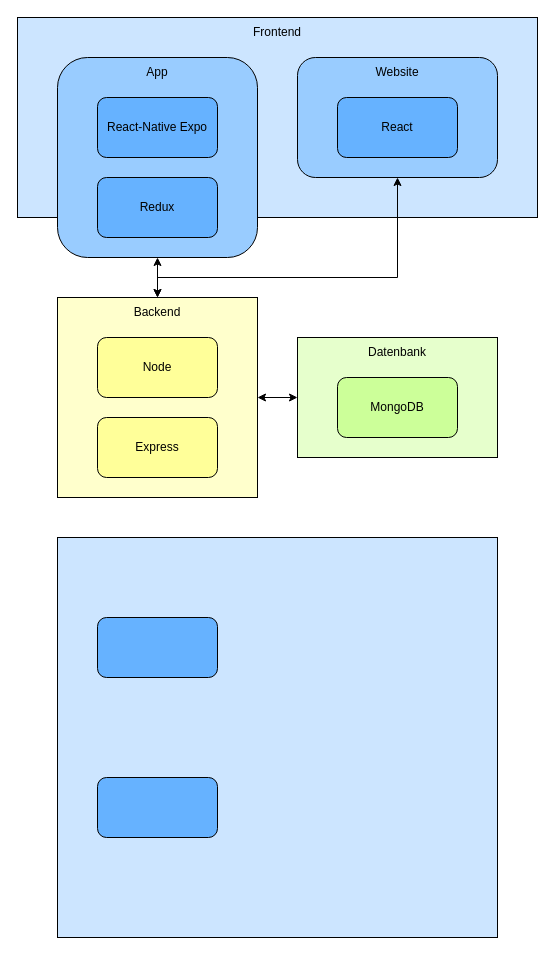
The draw.io diagram resources/softwarearchitektur.drawio in SimonFurtm/hiketours, before the edit. Source tidied: cells renumbered, new cells numbered last; positions are measured from the earlier drawing's top-left corner, leaving out a move shared by most shapes. Both pictures are drawn from the tidied source at 100%, with x=0, y=0 at pixel (17, 17).
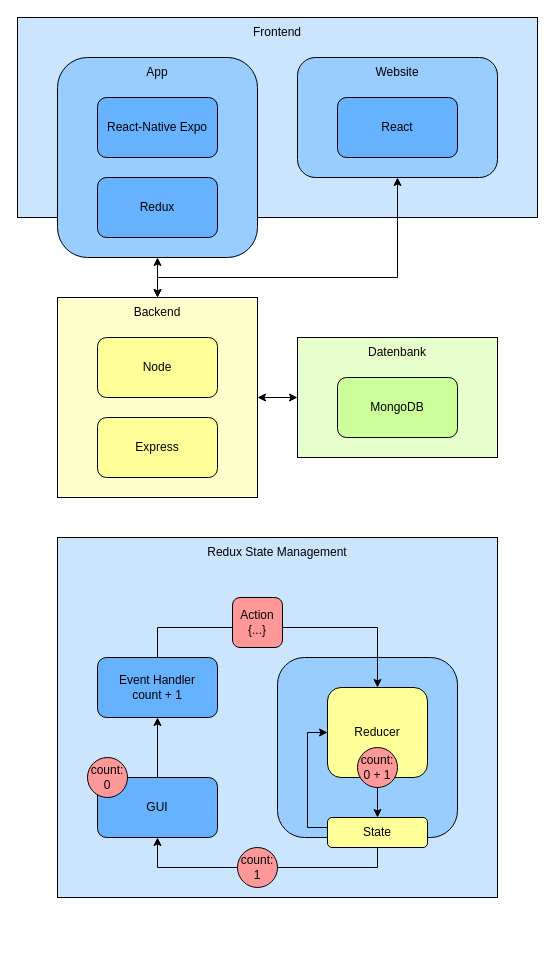
Above is the later version.

Change to the diagram source:
```diff
@@
     <mxCell id="21" style="rounded=0;whiteSpace=wrap;html=1;fillColor=#CCE5FF;" parent="1" vertex="1">
-      <mxGeometry x="40" y="520" width="440" height="400" as="geometry" />
+      <mxGeometry x="40" y="520" width="440" height="360" as="geometry" />
     </mxCell>
-    <mxCell id="22" style="rounded=1;whiteSpace=wrap;html=1;strokeColor=#000000;fillColor=#66B2FF;" parent="1" vertex="1">
-      <mxGeometry x="80" y="600" width="120" height="60" as="geometry" />
+    <mxCell id="22" value="Event Handler&lt;br&gt;count + 1" style="rounded=1;whiteSpace=wrap;html=1;strokeColor=#000000;fillColor=#66B2FF;" parent="1" vertex="1">
+      <mxGeometry x="80" y="640" width="120" height="60" as="geometry" />
     </mxCell>
+    <mxCell id="24" style="edgeStyle=orthogonalEdgeStyle;rounded=0;jettySize=auto;html=1;" parent="1" edge="1" source="23" target="22">
+      <mxGeometry relative="1" as="geometry" />
+    </mxCell>
-    <mxCell id="23" style="rounded=1;whiteSpace=wrap;html=1;strokeColor=#000000;fillColor=#66B2FF;" parent="1" vertex="1">
+    <mxCell id="23" value="GUI" style="rounded=1;whiteSpace=wrap;html=1;strokeColor=#000000;fillColor=#66B2FF;" parent="1" vertex="1">
       <mxGeometry x="80" y="760" width="120" height="60" as="geometry" />
     </mxCell>
+    <mxCell id="25" value="Redux State Management" style="text;html=1;strokeColor=none;fillColor=none;align=center;verticalAlign=middle;whiteSpace=wrap;rounded=0;" parent="1" vertex="1">
+      <mxGeometry x="175" y="520" width="170" height="30" as="geometry" />
+    </mxCell>
+    <mxCell id="26" style="rounded=1;whiteSpace=wrap;html=1;strokeColor=#000000;fillColor=#99CCFF;" parent="1" vertex="1">
+      <mxGeometry x="260" y="640" width="180" height="180" as="geometry" />
+    </mxCell>
+    <mxCell id="27" style="edgeStyle=orthogonalEdgeStyle;rounded=0;jettySize=auto;html=1;entryX=0;entryY=0.5;entryDx=0;entryDy=0;" parent="1" edge="1" source="29" target="30">
+      <mxGeometry relative="1" as="geometry">
+        <Array as="points">
+          <mxPoint x="290" y="810" />
+          <mxPoint x="290" y="715" />
+        </Array>
+      </mxGeometry>
+    </mxCell>
+    <mxCell id="28" style="edgeStyle=orthogonalEdgeStyle;rounded=0;jettySize=auto;html=1;entryX=0.5;entryY=1;entryDx=0;entryDy=0;" parent="1" edge="1" source="29" target="23">
+      <mxGeometry relative="1" as="geometry">
+        <Array as="points">
+          <mxPoint x="360" y="850" />
+          <mxPoint x="140" y="850" />
+        </Array>
+      </mxGeometry>
+    </mxCell>
+    <mxCell id="29" value="State" style="rounded=1;whiteSpace=wrap;html=1;fillColor=#FFFF99;" parent="1" vertex="1">
+      <mxGeometry x="310" y="800" width="100" height="30" as="geometry" />
+    </mxCell>
+    <mxCell id="30" value="Reducer" style="rounded=1;whiteSpace=wrap;html=1;fillColor=#FFFF99;" parent="1" vertex="1">
+      <mxGeometry x="310" y="670" width="100" height="90" as="geometry" />
+    </mxCell>
+    <mxCell id="31" style="edgeStyle=orthogonalEdgeStyle;rounded=0;jettySize=auto;html=1;entryX=0.5;entryY=0;entryDx=0;entryDy=0;startArrow=none;exitX=0.5;exitY=0;exitDx=0;exitDy=0;" parent="1" edge="1" source="22" target="30">
+      <mxGeometry relative="1" as="geometry">
+        <Array as="points">
+          <mxPoint x="140" y="610" />
+          <mxPoint x="360" y="610" />
+        </Array>
+      </mxGeometry>
+    </mxCell>
+    <mxCell id="32" style="endArrow=classic;html=1;rounded=0;exitX=0.5;exitY=1;exitDx=0;exitDy=0;entryX=0.5;entryY=0;entryDx=0;entryDy=0;" parent="1" edge="1" source="30" target="29">
+      <mxGeometry relative="1" as="geometry" />
+    </mxCell>
+    <mxCell id="33" value="count:&lt;br&gt;1" style="ellipse;whiteSpace=wrap;html=1;fillColor=#FF9999;" parent="1" vertex="1">
+      <mxGeometry x="220" y="830" width="40" height="40" as="geometry" />
+    </mxCell>
+    <mxCell id="34" value="count: 0" style="ellipse;whiteSpace=wrap;html=1;fillColor=#FF9999;" parent="1" vertex="1">
+      <mxGeometry x="70" y="740" width="40" height="40" as="geometry" />
+    </mxCell>
+    <mxCell id="35" value="count: 0 + 1" style="ellipse;whiteSpace=wrap;html=1;fillColor=#FF9999;" parent="1" vertex="1">
+      <mxGeometry x="340" y="730" width="40" height="40" as="geometry" />
+    </mxCell>
+    <mxCell id="36" value="Action&lt;br&gt;{...}" style="rounded=1;whiteSpace=wrap;html=1;fillColor=#FF9999;" parent="1" vertex="1">
+      <mxGeometry x="215" y="580" width="50" height="50" as="geometry" />
+    </mxCell>
```
